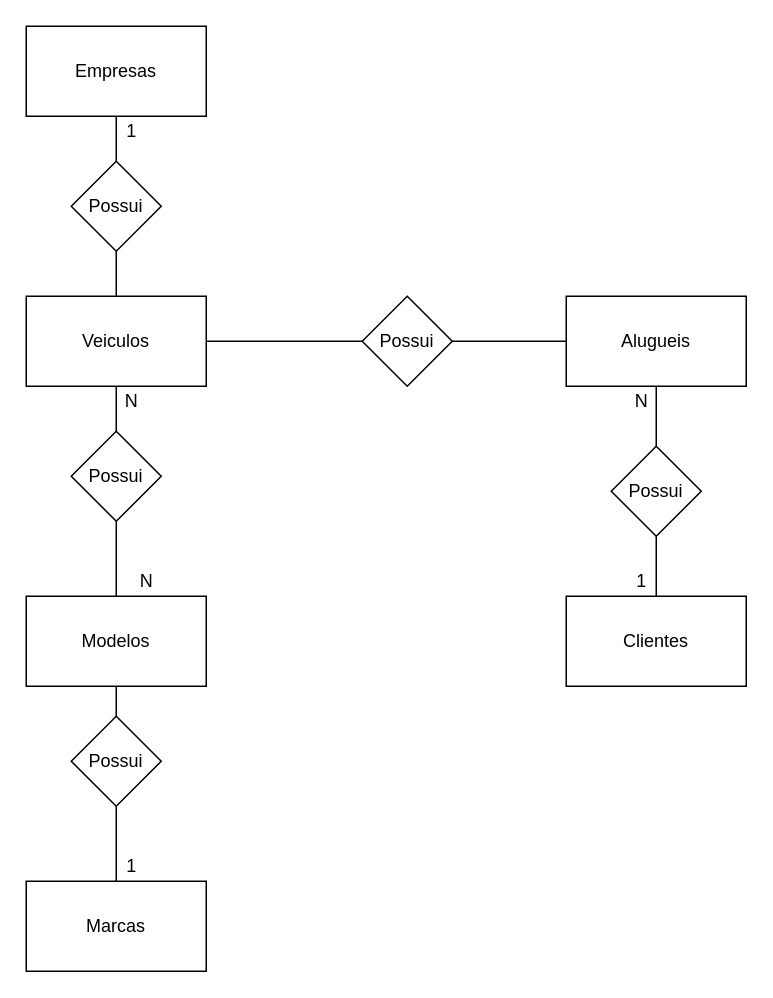
This is 1.2-exercicio-locadora/1.2-exercicio-locadora.drawio from oliveira-joao/senai_sprint_1bd, a draw.io file, before an edit. Source tidied: cells renumbered, new cells numbered last; positions are measured from the earlier drawing's top-left corner, leaving out a move shared by most shapes. Both pictures are drawn from the tidied source at 150%, with x=0, y=0 at pixel (26, 26).
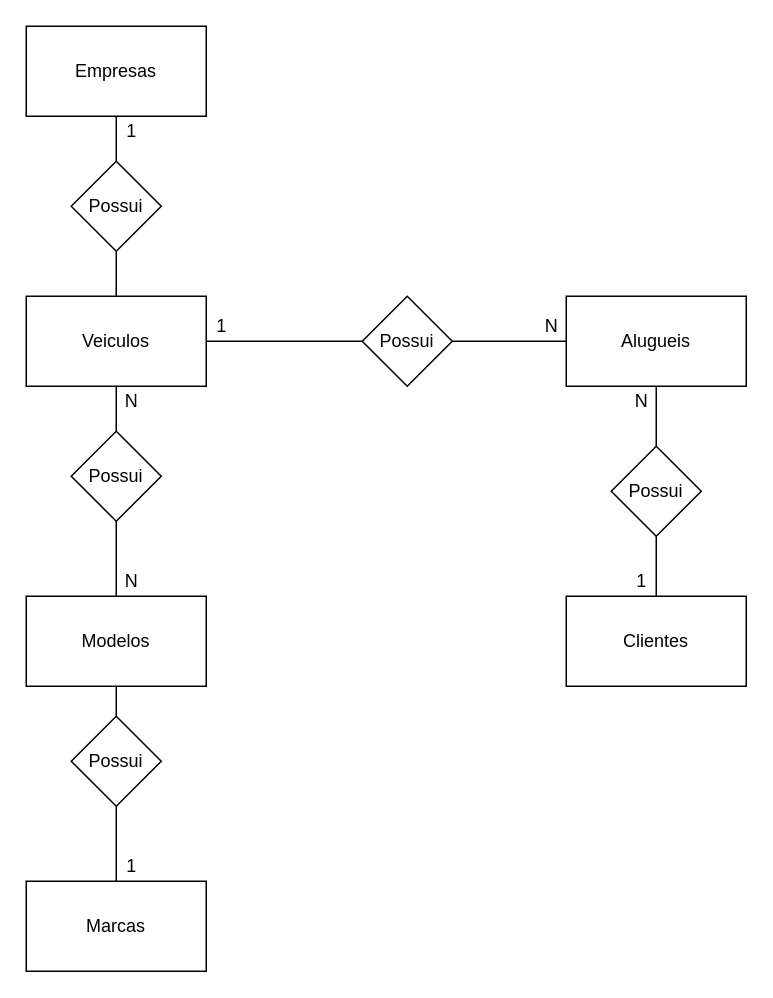
After the change.

Commit message (it also covers changes not shown here):
Pequenos ajustes refeitos

Change to the diagram source:
```diff
@@
     <mxCell id="25" value="N" style="text;html=1;align=center;verticalAlign=middle;" parent="1" vertex="1">
-      <mxGeometry x="400" y="240" width="20" height="20" as="geometry" />
+      <mxGeometry x="340" y="190" width="20" height="20" as="geometry" />
     </mxCell>
@@
     <mxCell id="27" value="N" style="text;html=1;align=center;verticalAlign=middle;" parent="1" vertex="1">
-      <mxGeometry x="70" y="360" width="20" height="20" as="geometry" />
+      <mxGeometry x="60" y="360" width="20" height="20" as="geometry" />
     </mxCell>
@@
+    <mxCell id="29" value="1" style="text;html=1;align=center;verticalAlign=middle;" parent="1" vertex="1">
+      <mxGeometry x="120" y="190" width="20" height="20" as="geometry" />
+    </mxCell>
+    <mxCell id="30" value="N" style="text;html=1;align=center;verticalAlign=middle;" parent="1" vertex="1">
+      <mxGeometry x="400" y="240" width="20" height="20" as="geometry" />
+    </mxCell>
```
